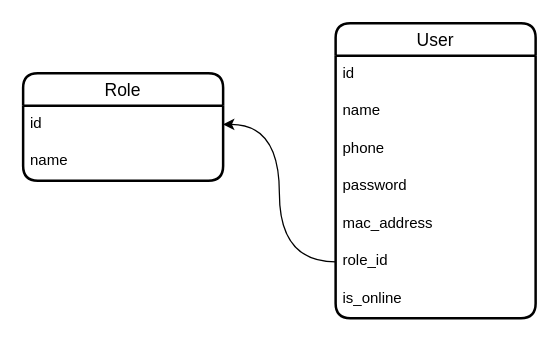
This is santex.drawio from iztileuoff/databases, a draw.io file, before an edit. Source tidied: cells renumbered, new cells numbered last; positions are measured from the earlier drawing's top-left corner, leaving out a move shared by most shapes. Both pictures are drawn from the tidied source at 125%, with x=0, y=0 at pixel (22, 22).
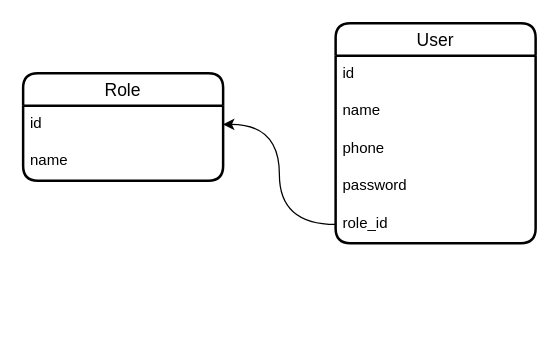
The same diagram, later.

Diff of the diagram source:
```diff
@@
 <mxGraphModel>
   <root>
     <mxCell id="0" />
     <mxCell id="1" parent="0" />
     <mxCell id="2" value="User" style="swimlane;fontStyle=0;horizontal=1;startSize=26;align=center;fontSize=14;strokeWidth=2;rounded=1;shadow=0;glass=0;swimlaneLine=1;" parent="1" vertex="1">
-      <mxGeometry x="250" width="160" height="236" as="geometry" />
+      <mxGeometry x="250" width="160" height="176" as="geometry" />
     </mxCell>
     <mxCell id="3" value="id" style="text;strokeColor=none;fillColor=none;spacingLeft=4;spacingRight=4;overflow=hidden;fontSize=12;whiteSpace=wrap;html=1;" parent="2" vertex="1">
       <mxGeometry y="26" width="160" height="30" as="geometry" />
     </mxCell>
     <mxCell id="4" value="name" style="text;strokeColor=none;fillColor=none;spacingLeft=4;spacingRight=4;overflow=hidden;fontSize=12;whiteSpace=wrap;html=1;" parent="2" vertex="1">
       <mxGeometry y="56" width="160" height="30" as="geometry" />
     </mxCell>
     <mxCell id="5" value="phone" style="text;strokeColor=none;fillColor=none;spacingLeft=4;spacingRight=4;overflow=hidden;fontSize=12;whiteSpace=wrap;html=1;" parent="2" vertex="1">
       <mxGeometry y="86" width="160" height="30" as="geometry" />
     </mxCell>
     <mxCell id="6" value="password" style="text;strokeColor=none;fillColor=none;spacingLeft=4;spacingRight=4;overflow=hidden;fontSize=12;whiteSpace=wrap;html=1;" parent="2" vertex="1">
       <mxGeometry y="116" width="160" height="30" as="geometry" />
     </mxCell>
-    <mxCell id="7" value="mac_address" style="text;strokeColor=none;fillColor=none;spacingLeft=4;spacingRight=4;overflow=hidden;fontSize=12;whiteSpace=wrap;html=1;" parent="2" vertex="1">
-      <mxGeometry y="146" width="160" height="30" as="geometry" />
-    </mxCell>
     <mxCell id="8" value="role_id" style="text;strokeColor=none;fillColor=none;spacingLeft=4;spacingRight=4;overflow=hidden;points=[[0,0.5],[1,0.5]];portConstraint=eastwest;fontSize=12;whiteSpace=wrap;html=1;" parent="2" vertex="1">
-      <mxGeometry y="176" width="160" height="30" as="geometry" />
+      <mxGeometry y="146" width="160" height="30" as="geometry" />
     </mxCell>
-    <mxCell id="9" value="is_online" style="text;strokeColor=none;fillColor=none;spacingLeft=4;spacingRight=4;overflow=hidden;fontSize=12;whiteSpace=wrap;html=1;" parent="2" vertex="1">
-      <mxGeometry y="206" width="160" height="30" as="geometry" />
-    </mxCell>
     <mxCell id="10" value="Role" style="swimlane;fontStyle=0;horizontal=1;startSize=26;align=center;fontSize=14;strokeWidth=2;rounded=1;shadow=0;glass=0;swimlaneLine=1;" parent="1" vertex="1">
       <mxGeometry y="40" width="160" height="86" as="geometry" />
     </mxCell>
     <mxCell id="11" value="id" style="text;strokeColor=none;fillColor=none;spacingLeft=4;spacingRight=4;overflow=hidden;points=[[0,0.5],[1,0.5]];portConstraint=eastwest;fontSize=12;whiteSpace=wrap;html=1;" parent="10" vertex="1">
       <mxGeometry y="26" width="160" height="30" as="geometry" />
     </mxCell>
     <mxCell id="12" value="name" style="text;strokeColor=none;fillColor=none;spacingLeft=4;spacingRight=4;overflow=hidden;fontSize=12;whiteSpace=wrap;html=1;" parent="10" vertex="1">
       <mxGeometry y="56" width="160" height="30" as="geometry" />
     </mxCell>
     <mxCell id="13" style="edgeStyle=orthogonalEdgeStyle;rounded=0;jettySize=auto;html=1;entryX=1;entryY=0.5;entryDx=0;entryDy=0;curved=1;" parent="1" edge="1" source="8" target="11">
       <mxGeometry relative="1" as="geometry" />
     </mxCell>
   </root>
 </mxGraphModel>
```
